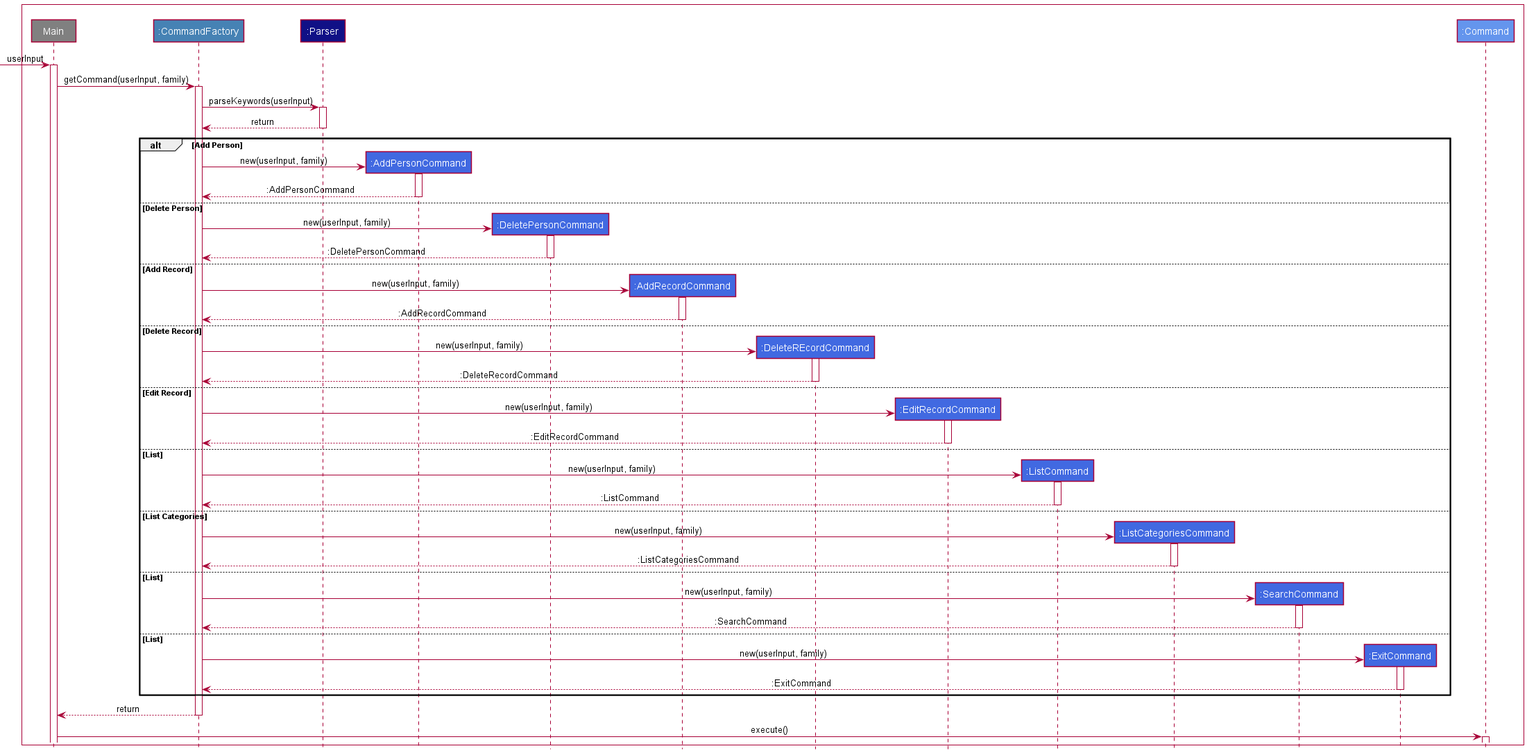
Above: docs/images/CommandFactorySequence.png in nus-cs2113-AY2122S2/tp (PlantUML), before the change.
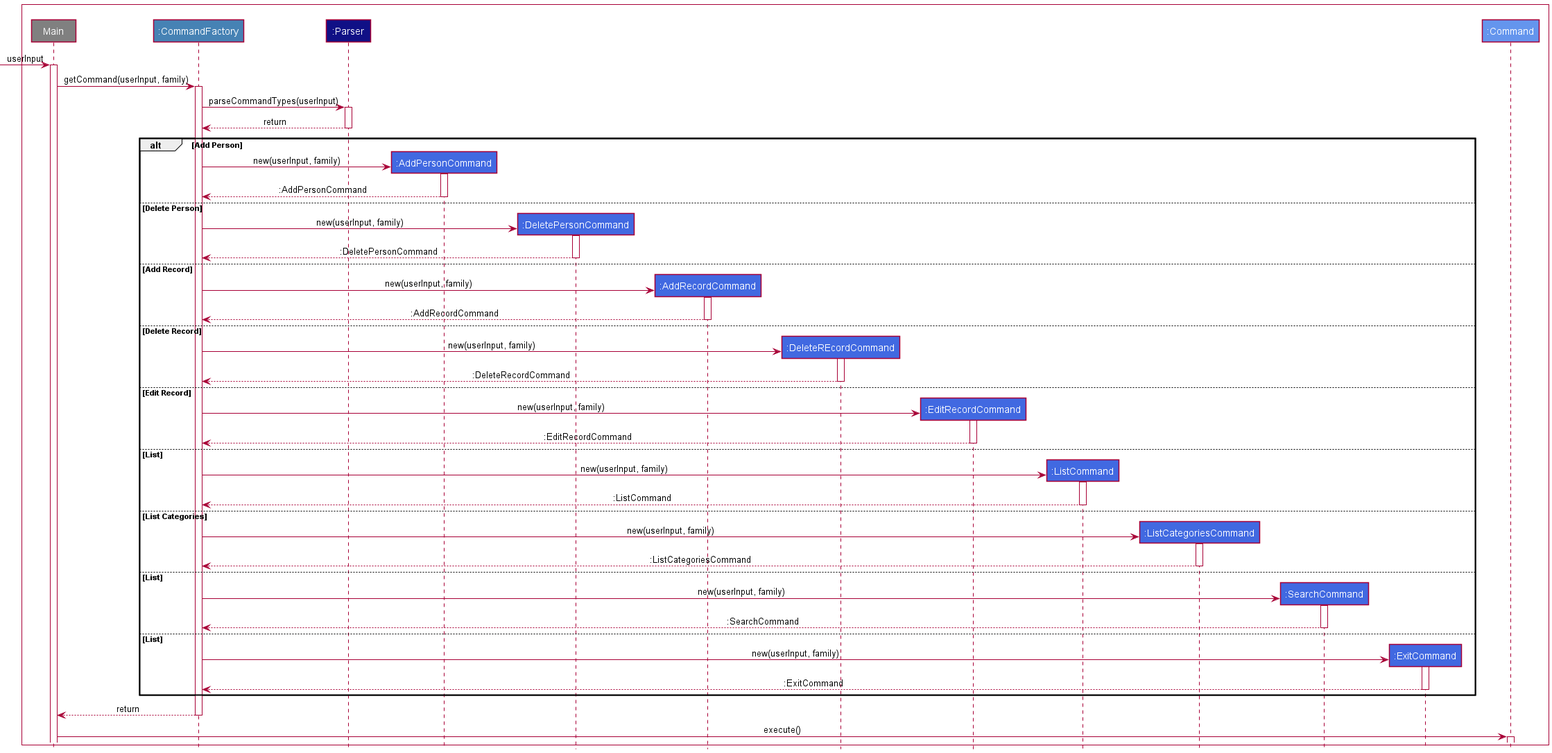
The same diagram one commit later.

What changed in the source:
```diff
@@ -21,7 +21,7 @@
 activate Main
 Main -> CommandFactory: getCommand(userInput, family)
 activate CommandFactory
-CommandFactory -> Parser: parseKeywords(userInput)
+CommandFactory -> Parser: parseCommandTypes(userInput)
 activate Parser
 Parser --> CommandFactory: return
 deactivate Parser
```
